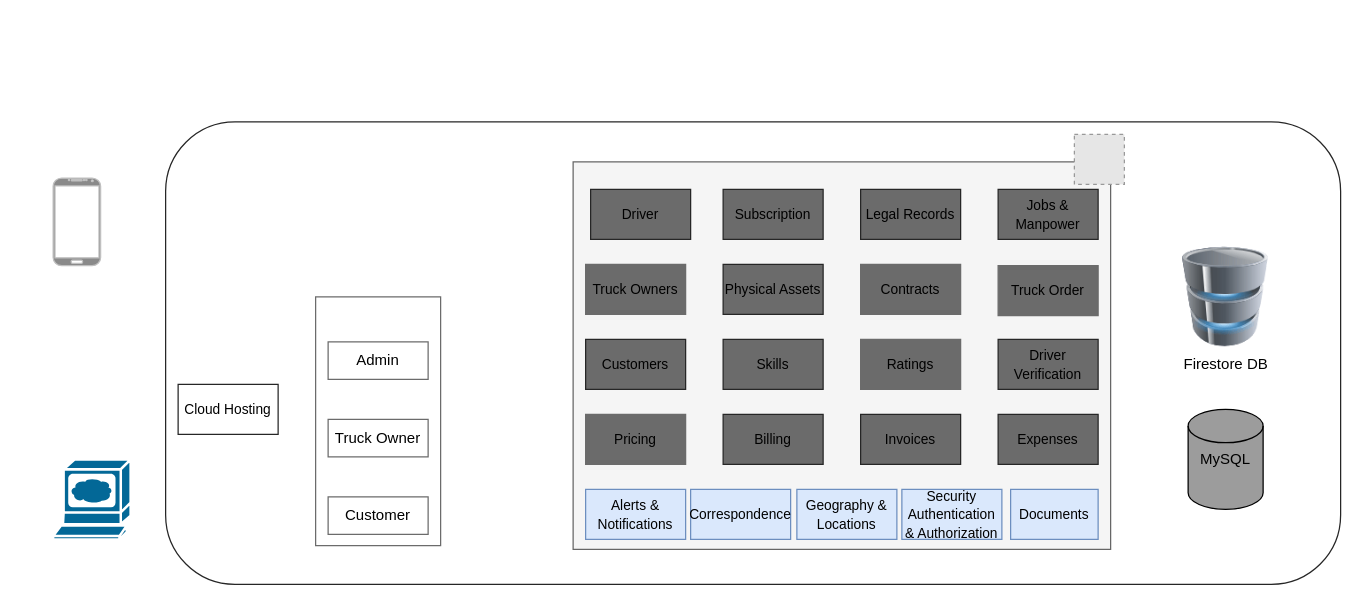
This is VahnArchitecture.drawio from nkapre/kapresoftprojects, a draw.io file, before an edit. Source tidied: cells renumbered, new cells numbered last; positions are measured from the earlier drawing's top-left corner, leaving out a move shared by most shapes. Both pictures are drawn from the tidied source at 125%, with x=0, y=0 at pixel (52, 121). Pictures stored in the file or linked from it are replaced by grey dashed boxes.
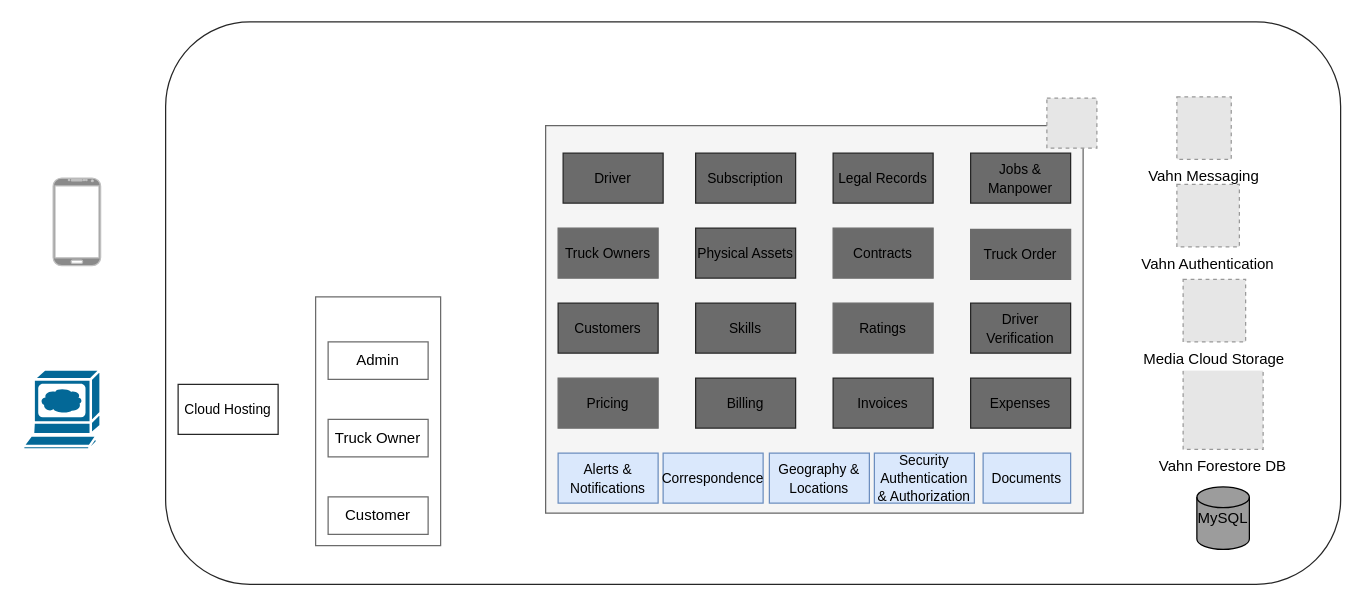
The same page after the edit.

The edit, as a diff of the source:
```diff
@@
     <mxCell id="2" style="rounded=1;whiteSpace=wrap;html=1;strokeColor=#262626;" parent="1" vertex="1">
-      <mxGeometry x="90" width="940" height="370" as="geometry" />
+      <mxGeometry x="90" y="-80" width="940" height="450" as="geometry" />
     </mxCell>
     <mxCell id="3" style="shape=mxgraph.cisco.computers_and_peripherals.web_browser;html=1;dashed=0;fillColor=#036897;strokeColor=#ffffff;strokeWidth=2;verticalLabelPosition=bottom;verticalAlign=top;align=center;" parent="1" vertex="1">
-      <mxGeometry y="270" width="62" height="64" as="geometry" />
+      <mxGeometry x="-24" y="198" width="62" height="64" as="geometry" />
     </mxCell>
@@
-    <mxCell id="6" value="Firestore DB" style="image;html=1;image=img/lib/clip_art/computers/Database_128x128.png;strokeColor=#6B6B6B;fillColor=#6B6B6B;" parent="1" vertex="1">
-      <mxGeometry x="898" y="100" width="80" height="80" as="geometry" />
-    </mxCell>
     <mxCell id="7" value="MySQL" style="strokeWidth=1;html=1;shape=mxgraph.flowchart.database;whiteSpace=wrap;fillColor=#9C9C9C;" parent="1" vertex="1">
-      <mxGeometry x="908" y="230" width="60" height="80" as="geometry" />
+      <mxGeometry x="915" y="292" width="42" height="50" as="geometry" />
     </mxCell>
@@
     <mxCell id="9" style="group;" parent="1" vertex="1">
-      <mxGeometry x="416" y="10" width="441" height="332" as="geometry" />
+      <mxGeometry x="394" y="-19" width="441" height="332" as="geometry" />
     </mxCell>
@@
+    <mxCell id="37" value="Vahn Messaging" style="fillColor=#E6E6E6;strokeColor=#999999;dashed=1;verticalLabelPosition=bottom;labelBackgroundColor=#ffffff;verticalAlign=top;" parent="1" vertex="1">
+      <mxGeometry x="899" y="-20" width="43.5" height="50" as="geometry" />
+    </mxCell>
+    <mxCell id="38" value="Vahn Forestore DB" style="fillColor=#E6E6E6;strokeColor=#999999;dashed=1;verticalLabelPosition=bottom;labelBackgroundColor=#ffffff;verticalAlign=top;" parent="1" vertex="1">
+      <mxGeometry x="904" y="198" width="64" height="64" as="geometry" />
+    </mxCell>
+    <mxCell id="39" value="Vahn Authentication" style="fillColor=#E6E6E6;strokeColor=#999999;dashed=1;verticalLabelPosition=bottom;labelBackgroundColor=#ffffff;verticalAlign=top;" parent="1" vertex="1">
+      <mxGeometry x="899" y="50" width="50" height="50" as="geometry" />
+    </mxCell>
+    <mxCell id="40" value="Media Cloud Storage" style="fillColor=#E6E6E6;strokeColor=#999999;dashed=1;verticalLabelPosition=bottom;labelBackgroundColor=#ffffff;verticalAlign=top;" parent="1" vertex="1">
+      <mxGeometry x="904" y="126" width="50" height="50" as="geometry" />
+    </mxCell>
```
